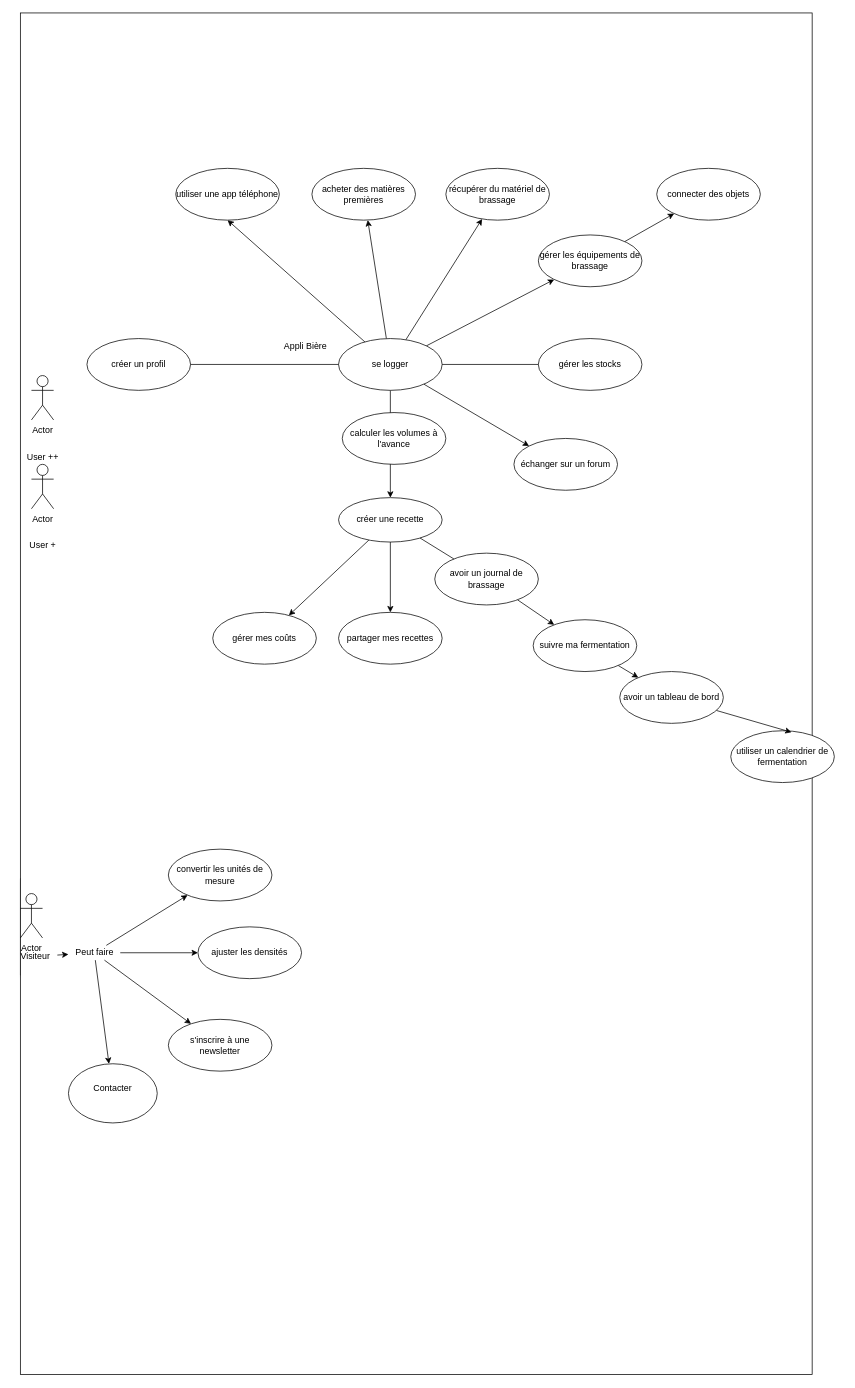
The draw.io diagram Cas d'utilisation - Paul.drawio in cyrisa02/Bi-re, before the edit. Source tidied: cells renumbered, new cells numbered last; positions are measured from the earlier drawing's top-left corner, leaving out a move shared by most shapes. Both pictures are drawn from the tidied source at 74%, with x=0, y=0 at pixel (13, 13).
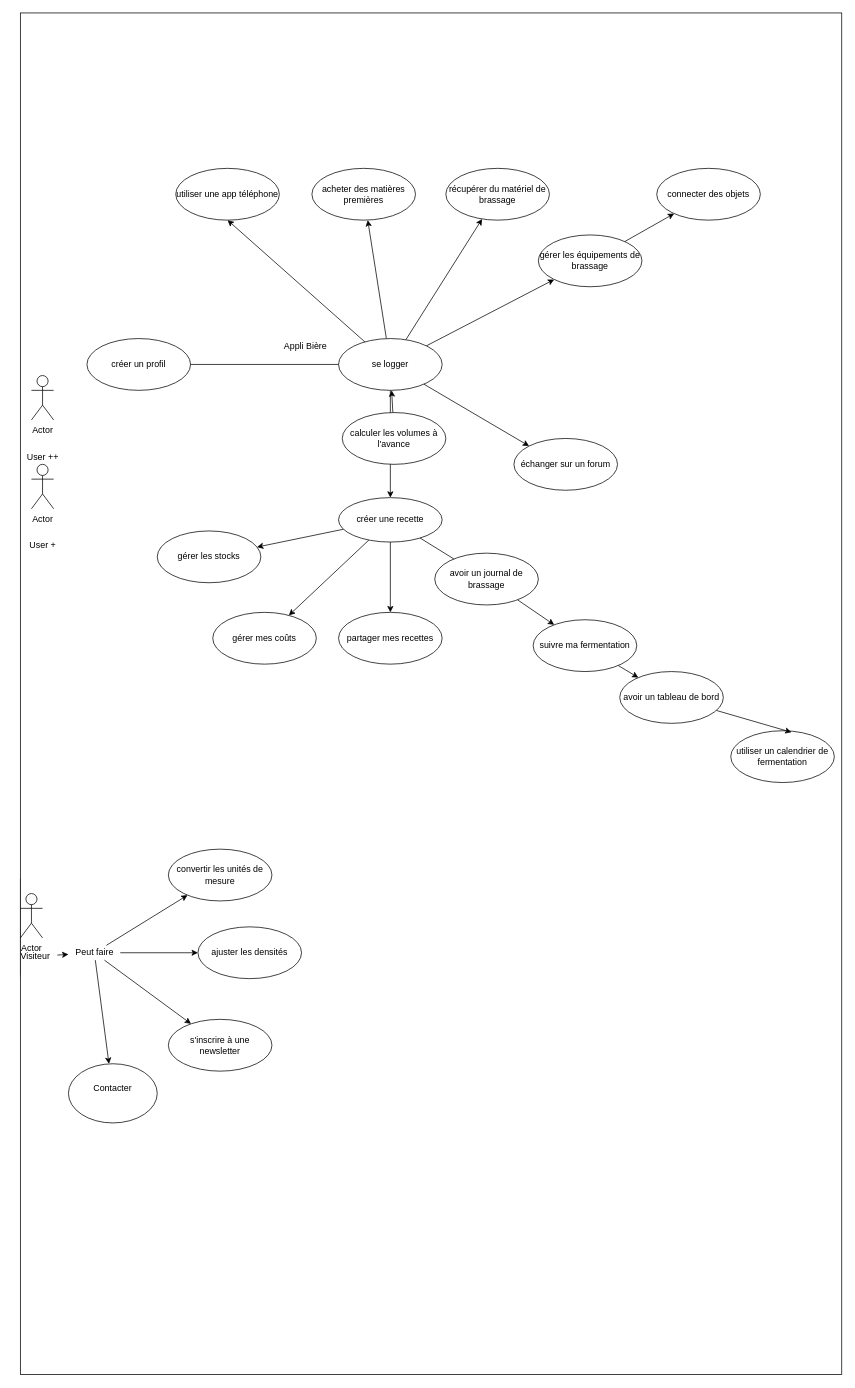
The same diagram, later.

Commit message:
Changement place gestion des stocks

Unchanged cells that the change refers to:
```xml
<mxCell id="10" value="se logger" style="ellipse;whiteSpace=wrap;html=1;" parent="1" vertex="1">
  <mxGeometry x="440" y="440" width="140" height="70" as="geometry" />
</mxCell>
<mxCell id="18" value="créer une recette" style="ellipse;whiteSpace=wrap;html=1;" parent="1" vertex="1">
  <mxGeometry x="440" y="655" width="140" height="60" as="geometry" />
</mxCell>
<mxCell id="30" value="calculer les volumes à l'avance" style="ellipse;whiteSpace=wrap;html=1;" parent="1" vertex="1">
  <mxGeometry x="445" y="540" width="140" height="70" as="geometry" />
</mxCell>
```

The edit, as a diff of the source:
```diff
@@
     <mxCell id="3" value="&lt;h5&gt;&lt;br&gt;&lt;/h5&gt;" style="whiteSpace=wrap;html=1;" parent="1" vertex="1">
-      <mxGeometry x="10" width="1070" height="1840" as="geometry" />
+      <mxGeometry x="10" width="1110" height="1840" as="geometry" />
     </mxCell>
@@
     <mxCell id="11" value="gérer les stocks" style="ellipse;whiteSpace=wrap;html=1;" parent="1" vertex="1">
-      <mxGeometry x="710" y="440" width="140" height="70" as="geometry" />
+      <mxGeometry x="195" y="700" width="140" height="70" as="geometry" />
     </mxCell>
@@
+    <mxCell id="56" style="edgeStyle=none;html=1;" parent="1" edge="1" source="18" target="11">
+      <mxGeometry relative="1" as="geometry" />
+    </mxCell>
@@
+    <mxCell id="57" style="edgeStyle=none;html=1;" parent="1" edge="1" source="30" target="10">
+      <mxGeometry relative="1" as="geometry" />
+    </mxCell>
@@
-    <mxCell id="43" style="endArrow=none;html=1;rounded=0;entryX=1;entryY=0.5;entryDx=0;entryDy=0;" parent="1" edge="1" source="11" target="10">
-      <mxGeometry relative="1" as="geometry" />
-    </mxCell>
```
